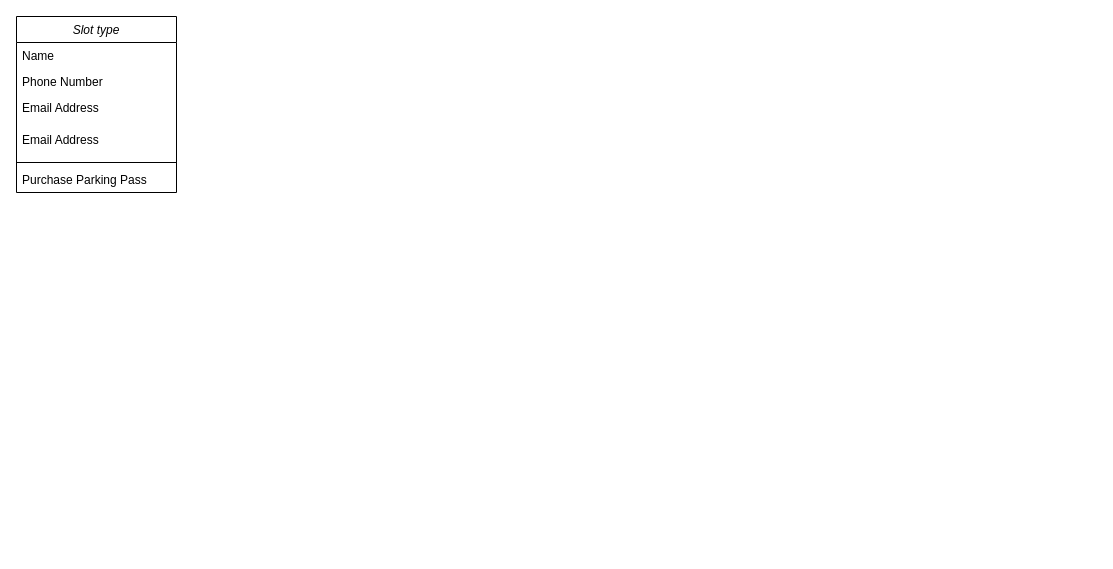
Above: Parking lot.drawio in umashankara/draw.io (draw.io), before the change. Source tidied: cells renumbered, new cells numbered last; positions are measured from the earlier drawing's top-left corner, leaving out a move shared by most shapes. Both pictures are drawn from the tidied source at 100%, with x=0, y=0 at pixel (16, 16).
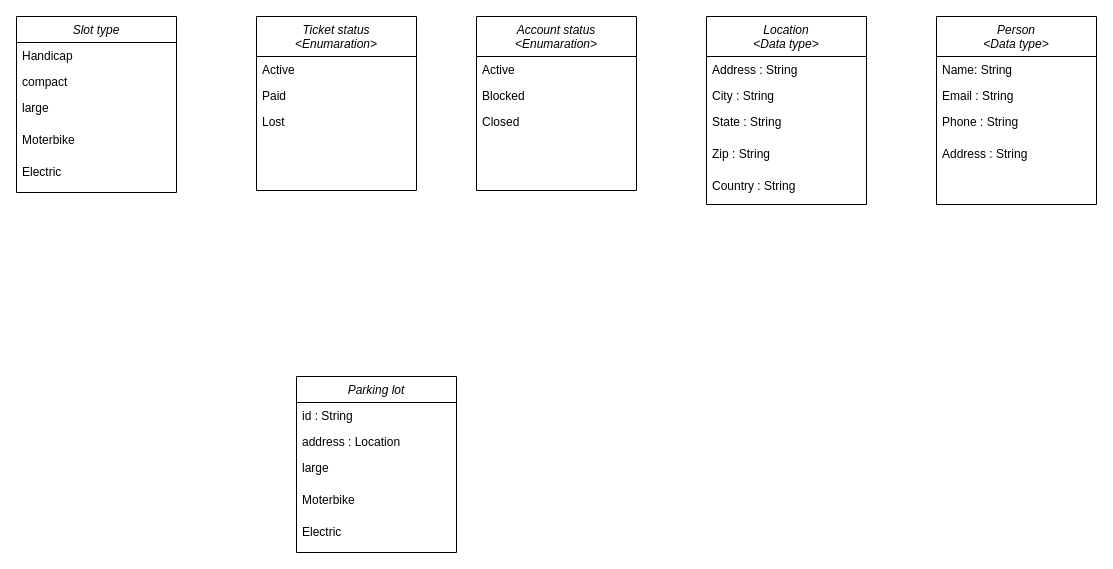
The same diagram, later.

Unchanged cells that the change refers to:
```xml
<mxCell id="2" value="Slot type" style="swimlane;fontStyle=2;align=center;verticalAlign=top;horizontal=1;startSize=26;rounded=0;shadow=0;strokeWidth=1;" parent="1" vertex="1">
  <mxGeometry width="160" height="176" as="geometry" />
</mxCell>
```

The edit, as a diff of the source:
```diff
@@
-    <mxCell id="3" value="Name" style="text;align=left;verticalAlign=top;spacingLeft=4;spacingRight=4;overflow=hidden;" parent="2" vertex="1">
+    <mxCell id="3" value="Handicap" style="text;align=left;verticalAlign=top;spacingLeft=4;spacingRight=4;overflow=hidden;" parent="2" vertex="1">
       <mxGeometry y="26" width="160" height="26" as="geometry" />
     </mxCell>
-    <mxCell id="4" value="Phone Number" style="text;align=left;verticalAlign=top;spacingLeft=4;spacingRight=4;overflow=hidden;rounded=0;shadow=0;html=0;" parent="2" vertex="1">
+    <mxCell id="4" value="compact" style="text;align=left;verticalAlign=top;spacingLeft=4;spacingRight=4;overflow=hidden;rounded=0;shadow=0;html=0;" parent="2" vertex="1">
       <mxGeometry y="52" width="160" height="26" as="geometry" />
     </mxCell>
-    <mxCell id="5" value="Email Address" style="text;align=left;verticalAlign=top;spacingLeft=4;spacingRight=4;overflow=hidden;rounded=0;shadow=0;html=0;" parent="2" vertex="1">
+    <mxCell id="5" value="large" style="text;align=left;verticalAlign=top;spacingLeft=4;spacingRight=4;overflow=hidden;rounded=0;shadow=0;html=0;" parent="2" vertex="1">
       <mxGeometry y="78" width="160" height="32" as="geometry" />
     </mxCell>
-    <mxCell id="6" value="Email Address" style="text;align=left;verticalAlign=top;spacingLeft=4;spacingRight=4;overflow=hidden;rounded=0;shadow=0;html=0;" parent="2" vertex="1">
+    <mxCell id="6" value="Moterbike" style="text;align=left;verticalAlign=top;spacingLeft=4;spacingRight=4;overflow=hidden;rounded=0;shadow=0;html=0;" parent="2" vertex="1">
       <mxGeometry y="110" width="160" height="32" as="geometry" />
     </mxCell>
-    <mxCell id="7" style="line;html=1;strokeWidth=1;align=left;verticalAlign=middle;spacingTop=-1;spacingLeft=3;spacingRight=3;labelPosition=right;" parent="2" vertex="1">
-      <mxGeometry y="142" width="160" height="8" as="geometry" />
-    </mxCell>
-    <mxCell id="8" value="Purchase Parking Pass" style="text;align=left;verticalAlign=top;spacingLeft=4;spacingRight=4;overflow=hidden;" parent="2" vertex="1">
-      <mxGeometry y="150" width="160" height="26" as="geometry" />
-    </mxCell>
+    <mxCell id="9" value="Electric" style="text;align=left;verticalAlign=top;spacingLeft=4;spacingRight=4;overflow=hidden;rounded=0;shadow=0;html=0;" parent="2" vertex="1">
+      <mxGeometry y="142" width="160" height="32" as="geometry" />
+    </mxCell>
+    <mxCell id="10" value="Ticket status&#10;&lt;Enumaration&gt;" style="swimlane;fontStyle=2;align=center;verticalAlign=top;horizontal=1;startSize=40;rounded=0;shadow=0;strokeWidth=1;" parent="1" vertex="1">
+      <mxGeometry x="240" width="160" height="174" as="geometry" />
+    </mxCell>
+    <mxCell id="11" value="Active" style="text;align=left;verticalAlign=top;spacingLeft=4;spacingRight=4;overflow=hidden;" parent="10" vertex="1">
+      <mxGeometry y="40" width="160" height="26" as="geometry" />
+    </mxCell>
+    <mxCell id="12" value="Paid" style="text;align=left;verticalAlign=top;spacingLeft=4;spacingRight=4;overflow=hidden;rounded=0;shadow=0;html=0;" parent="10" vertex="1">
+      <mxGeometry y="66" width="160" height="26" as="geometry" />
+    </mxCell>
+    <mxCell id="13" value="Lost" style="text;align=left;verticalAlign=top;spacingLeft=4;spacingRight=4;overflow=hidden;rounded=0;shadow=0;html=0;" parent="10" vertex="1">
+      <mxGeometry y="92" width="160" height="32" as="geometry" />
+    </mxCell>
+    <mxCell id="14" value="Account status&#10;&lt;Enumaration&gt;" style="swimlane;fontStyle=2;align=center;verticalAlign=top;horizontal=1;startSize=40;rounded=0;shadow=0;strokeWidth=1;" parent="1" vertex="1">
+      <mxGeometry x="460" width="160" height="174" as="geometry" />
+    </mxCell>
+    <mxCell id="15" value="Active" style="text;align=left;verticalAlign=top;spacingLeft=4;spacingRight=4;overflow=hidden;" parent="14" vertex="1">
+      <mxGeometry y="40" width="160" height="26" as="geometry" />
+    </mxCell>
+    <mxCell id="16" value="Blocked" style="text;align=left;verticalAlign=top;spacingLeft=4;spacingRight=4;overflow=hidden;rounded=0;shadow=0;html=0;" parent="14" vertex="1">
+      <mxGeometry y="66" width="160" height="26" as="geometry" />
+    </mxCell>
+    <mxCell id="17" value="Closed" style="text;align=left;verticalAlign=top;spacingLeft=4;spacingRight=4;overflow=hidden;rounded=0;shadow=0;html=0;" parent="14" vertex="1">
+      <mxGeometry y="92" width="160" height="32" as="geometry" />
+    </mxCell>
+    <mxCell id="18" value="Location&#10;&lt;Data type&gt;" style="swimlane;fontStyle=2;align=center;verticalAlign=top;horizontal=1;startSize=40;rounded=0;shadow=0;strokeWidth=1;" parent="1" vertex="1">
+      <mxGeometry x="690" width="160" height="188" as="geometry" />
+    </mxCell>
+    <mxCell id="19" value="Address : String" style="text;align=left;verticalAlign=top;spacingLeft=4;spacingRight=4;overflow=hidden;" parent="18" vertex="1">
+      <mxGeometry y="40" width="160" height="26" as="geometry" />
+    </mxCell>
+    <mxCell id="20" value="City : String" style="text;align=left;verticalAlign=top;spacingLeft=4;spacingRight=4;overflow=hidden;rounded=0;shadow=0;html=0;" parent="18" vertex="1">
+      <mxGeometry y="66" width="160" height="26" as="geometry" />
+    </mxCell>
+    <mxCell id="21" value="State : String" style="text;align=left;verticalAlign=top;spacingLeft=4;spacingRight=4;overflow=hidden;rounded=0;shadow=0;html=0;" parent="18" vertex="1">
+      <mxGeometry y="92" width="160" height="32" as="geometry" />
+    </mxCell>
+    <mxCell id="22" value="Zip : String" style="text;align=left;verticalAlign=top;spacingLeft=4;spacingRight=4;overflow=hidden;rounded=0;shadow=0;html=0;" parent="18" vertex="1">
+      <mxGeometry y="124" width="160" height="32" as="geometry" />
+    </mxCell>
+    <mxCell id="23" value="Country : String" style="text;align=left;verticalAlign=top;spacingLeft=4;spacingRight=4;overflow=hidden;rounded=0;shadow=0;html=0;" parent="18" vertex="1">
+      <mxGeometry y="156" width="160" height="32" as="geometry" />
+    </mxCell>
+    <mxCell id="24" value="Person&#10;&lt;Data type&gt;" style="swimlane;fontStyle=2;align=center;verticalAlign=top;horizontal=1;startSize=40;rounded=0;shadow=0;strokeWidth=1;" parent="1" vertex="1">
+      <mxGeometry x="920" width="160" height="188" as="geometry" />
+    </mxCell>
+    <mxCell id="25" value="Name: String" style="text;align=left;verticalAlign=top;spacingLeft=4;spacingRight=4;overflow=hidden;" parent="24" vertex="1">
+      <mxGeometry y="40" width="160" height="26" as="geometry" />
+    </mxCell>
+    <mxCell id="26" value="Email : String" style="text;align=left;verticalAlign=top;spacingLeft=4;spacingRight=4;overflow=hidden;rounded=0;shadow=0;html=0;" parent="24" vertex="1">
+      <mxGeometry y="66" width="160" height="26" as="geometry" />
+    </mxCell>
+    <mxCell id="27" value="Phone : String" style="text;align=left;verticalAlign=top;spacingLeft=4;spacingRight=4;overflow=hidden;rounded=0;shadow=0;html=0;" parent="24" vertex="1">
+      <mxGeometry y="92" width="160" height="32" as="geometry" />
+    </mxCell>
+    <mxCell id="28" value="Address : String" style="text;align=left;verticalAlign=top;spacingLeft=4;spacingRight=4;overflow=hidden;rounded=0;shadow=0;html=0;" parent="24" vertex="1">
+      <mxGeometry y="124" width="160" height="32" as="geometry" />
+    </mxCell>
+    <mxCell id="29" value="Parking lot" style="swimlane;fontStyle=2;align=center;verticalAlign=top;horizontal=1;startSize=26;rounded=0;shadow=0;strokeWidth=1;" parent="1" vertex="1">
+      <mxGeometry x="280" y="360" width="160" height="176" as="geometry" />
+    </mxCell>
+    <mxCell id="30" value="id : String" style="text;align=left;verticalAlign=top;spacingLeft=4;spacingRight=4;overflow=hidden;" parent="29" vertex="1">
+      <mxGeometry y="26" width="160" height="26" as="geometry" />
+    </mxCell>
+    <mxCell id="31" value="address : Location" style="text;align=left;verticalAlign=top;spacingLeft=4;spacingRight=4;overflow=hidden;rounded=0;shadow=0;html=0;" parent="29" vertex="1">
+      <mxGeometry y="52" width="160" height="26" as="geometry" />
+    </mxCell>
+    <mxCell id="32" value="large" style="text;align=left;verticalAlign=top;spacingLeft=4;spacingRight=4;overflow=hidden;rounded=0;shadow=0;html=0;" parent="29" vertex="1">
+      <mxGeometry y="78" width="160" height="32" as="geometry" />
+    </mxCell>
+    <mxCell id="33" value="Moterbike" style="text;align=left;verticalAlign=top;spacingLeft=4;spacingRight=4;overflow=hidden;rounded=0;shadow=0;html=0;" parent="29" vertex="1">
+      <mxGeometry y="110" width="160" height="32" as="geometry" />
+    </mxCell>
+    <mxCell id="34" value="Electric" style="text;align=left;verticalAlign=top;spacingLeft=4;spacingRight=4;overflow=hidden;rounded=0;shadow=0;html=0;" parent="29" vertex="1">
+      <mxGeometry y="142" width="160" height="32" as="geometry" />
+    </mxCell>
```
